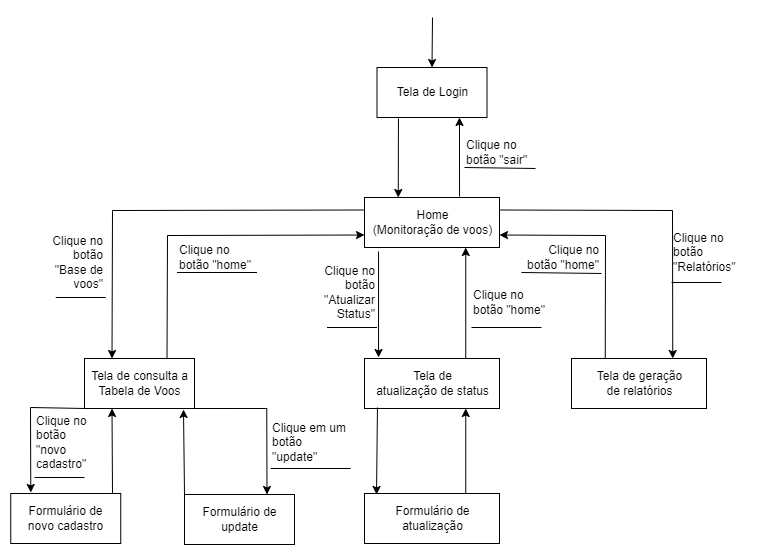
The draw.io diagram InterfacesLabEngSoft.drawio.png in IzabelaMarina/caqui, before a commit. Source tidied: cells renumbered, new cells last; positions are measured from the earlier drawing's top-left corner, leaving out a move shared by most shapes.
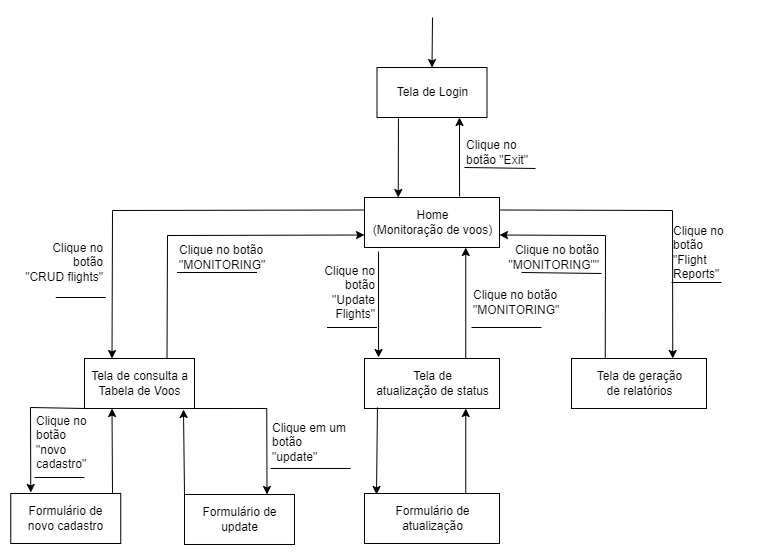
Above is the later version.

The edit, as a diff of the source:
```diff
@@ -89,7 +89,7 @@
     <mxCell id="21" style="endArrow=classic;html=1;rounded=0;exitX=0;exitY=0;exitDx=0;exitDy=0;entryX=0.9;entryY=1.02;entryDx=0;entryDy=0;entryPerimeter=0;" parent="1" edge="1" source="4" target="3">
       <mxGeometry relative="1" as="geometry" />
     </mxCell>
-    <mxCell id="22" value="Clique no botão &quot;home&quot;" style="text;html=1;strokeColor=none;fillColor=none;align=left;verticalAlign=middle;whiteSpace=wrap;rounded=0;" parent="1" vertex="1">
+    <mxCell id="22" value="Clique no botão &quot;MONITORING&quot;" style="text;html=1;strokeColor=none;fillColor=none;align=left;verticalAlign=middle;whiteSpace=wrap;rounded=0;" parent="1" vertex="1">
       <mxGeometry x="166.5" y="225" width="80" height="30" as="geometry" />
     </mxCell>
     <mxCell id="23" style="endArrow=none;html=1;rounded=0;" parent="1" edge="1">
@@ -98,7 +98,7 @@
         <mxPoint x="246.5" y="255" as="targetPoint" />
       </mxGeometry>
     </mxCell>
-    <mxCell id="24" value="Clique no botão &quot;home&quot;" style="text;html=1;strokeColor=none;fillColor=none;align=right;verticalAlign=middle;whiteSpace=wrap;rounded=0;" parent="1" vertex="1">
+    <mxCell id="24" value="Clique no botão &quot;MONITORING&quot;&quot;" style="text;html=1;strokeColor=none;fillColor=none;align=right;verticalAlign=middle;whiteSpace=wrap;rounded=0;" parent="1" vertex="1">
       <mxGeometry x="511" y="225" width="80" height="30" as="geometry" />
     </mxCell>
     <mxCell id="25" style="endArrow=none;html=1;rounded=0;entryX=1;entryY=1;entryDx=0;entryDy=0;" parent="1" edge="1">
@@ -107,7 +107,7 @@
         <mxPoint x="591" y="256" as="targetPoint" />
       </mxGeometry>
     </mxCell>
-    <mxCell id="26" value="Clique no botão &quot;sair&quot;" style="text;html=1;strokeColor=none;fillColor=none;align=left;verticalAlign=middle;whiteSpace=wrap;rounded=0;" parent="1" vertex="1">
+    <mxCell id="26" value="Clique no botão &quot;Exit&quot;" style="text;html=1;strokeColor=none;fillColor=none;align=left;verticalAlign=middle;whiteSpace=wrap;rounded=0;" parent="1" vertex="1">
       <mxGeometry x="454" y="120" width="80" height="30" as="geometry" />
     </mxCell>
     <mxCell id="27" style="endArrow=none;html=1;rounded=0;entryX=0.888;entryY=1.033;entryDx=0;entryDy=0;entryPerimeter=0;" parent="1" edge="1" target="26">
@@ -115,7 +115,7 @@
         <mxPoint x="454" y="150" as="sourcePoint" />
       </mxGeometry>
     </mxCell>
-    <mxCell id="28" value="Clique no botão &quot;home&quot;" style="text;html=1;strokeColor=none;fillColor=none;align=left;verticalAlign=middle;whiteSpace=wrap;rounded=0;" parent="1" vertex="1">
+    <mxCell id="28" value="Clique no botão &quot;MONITORING&quot;" style="text;html=1;strokeColor=none;fillColor=none;align=left;verticalAlign=middle;whiteSpace=wrap;rounded=0;" parent="1" vertex="1">
       <mxGeometry x="461" y="270" width="80" height="30" as="geometry" />
     </mxCell>
     <mxCell id="29" style="endArrow=none;html=1;rounded=0;" parent="1" edge="1">
@@ -142,7 +142,7 @@
         <mxPoint x="340.2" y="451" as="targetPoint" />
       </mxGeometry>
     </mxCell>
-    <mxCell id="34" value="Clique no botão &lt;br&gt;&quot;Base de voos&quot;" style="text;html=1;strokeColor=none;fillColor=none;align=right;verticalAlign=middle;whiteSpace=wrap;rounded=0;" parent="1" vertex="1">
+    <mxCell id="34" value="Clique no botão &lt;br&gt;&quot;CRUD flights&quot;" style="text;html=1;strokeColor=none;fillColor=none;align=right;verticalAlign=middle;whiteSpace=wrap;rounded=0;" parent="1" vertex="1">
       <mxGeometry x="15.2" y="230" width="80" height="30" as="geometry" />
     </mxCell>
     <mxCell id="35" style="endArrow=none;html=1;rounded=0;" parent="1" edge="1">
@@ -151,7 +151,7 @@
         <mxPoint x="95.2" y="280" as="targetPoint" />
       </mxGeometry>
     </mxCell>
-    <mxCell id="36" value="Clique no botão &lt;br&gt;&quot;Relatórios&quot;" style="text;html=1;strokeColor=none;fillColor=none;align=left;verticalAlign=middle;whiteSpace=wrap;rounded=0;" parent="1" vertex="1">
+    <mxCell id="36" value="Clique no botão &lt;br&gt;&quot;Flight Reports&quot;" style="text;html=1;strokeColor=none;fillColor=none;align=left;verticalAlign=middle;whiteSpace=wrap;rounded=0;" parent="1" vertex="1">
       <mxGeometry x="661" y="220" width="80" height="30" as="geometry" />
     </mxCell>
     <mxCell id="37" style="endArrow=none;html=1;rounded=0;" parent="1" edge="1">
@@ -169,7 +169,7 @@
     <mxCell id="40" style="endArrow=classic;html=1;rounded=0;exitX=0.75;exitY=0;exitDx=0;exitDy=0;entryX=0.75;entryY=1;entryDx=0;entryDy=0;" parent="1" edge="1" source="38" target="7">
       <mxGeometry relative="1" as="geometry" />
     </mxCell>
-    <mxCell id="41" value="Clique no botão &lt;br&gt;&quot;Atualizar Status&quot;" style="text;html=1;strokeColor=none;fillColor=none;align=right;verticalAlign=middle;whiteSpace=wrap;rounded=0;" parent="1" vertex="1">
+    <mxCell id="41" value="Clique no botão &lt;br&gt;&quot;Update Flights&quot;" style="text;html=1;strokeColor=none;fillColor=none;align=right;verticalAlign=middle;whiteSpace=wrap;rounded=0;" parent="1" vertex="1">
       <mxGeometry x="286.5" y="260" width="80" height="30" as="geometry" />
     </mxCell>
     <mxCell id="42" style="endArrow=none;html=1;rounded=0;" parent="1" edge="1">
```
